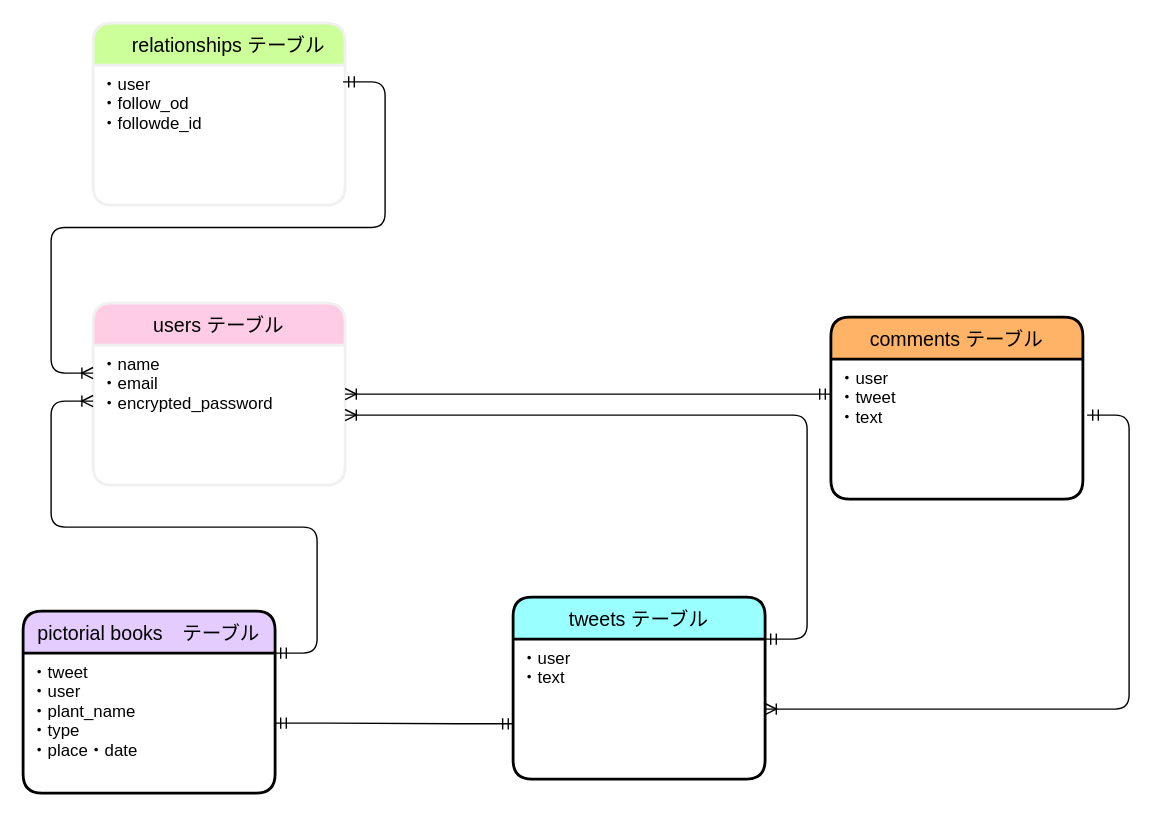
This is succulent_table.dio from riko38407/succulent_tweet, a draw.io file, before an edit. Source tidied: cells renumbered, new cells numbered last; positions are measured from the earlier drawing's top-left corner, leaving out a move shared by most shapes. Both pictures are drawn from the tidied source at 140%, with x=0, y=0 at pixel (22, 22).
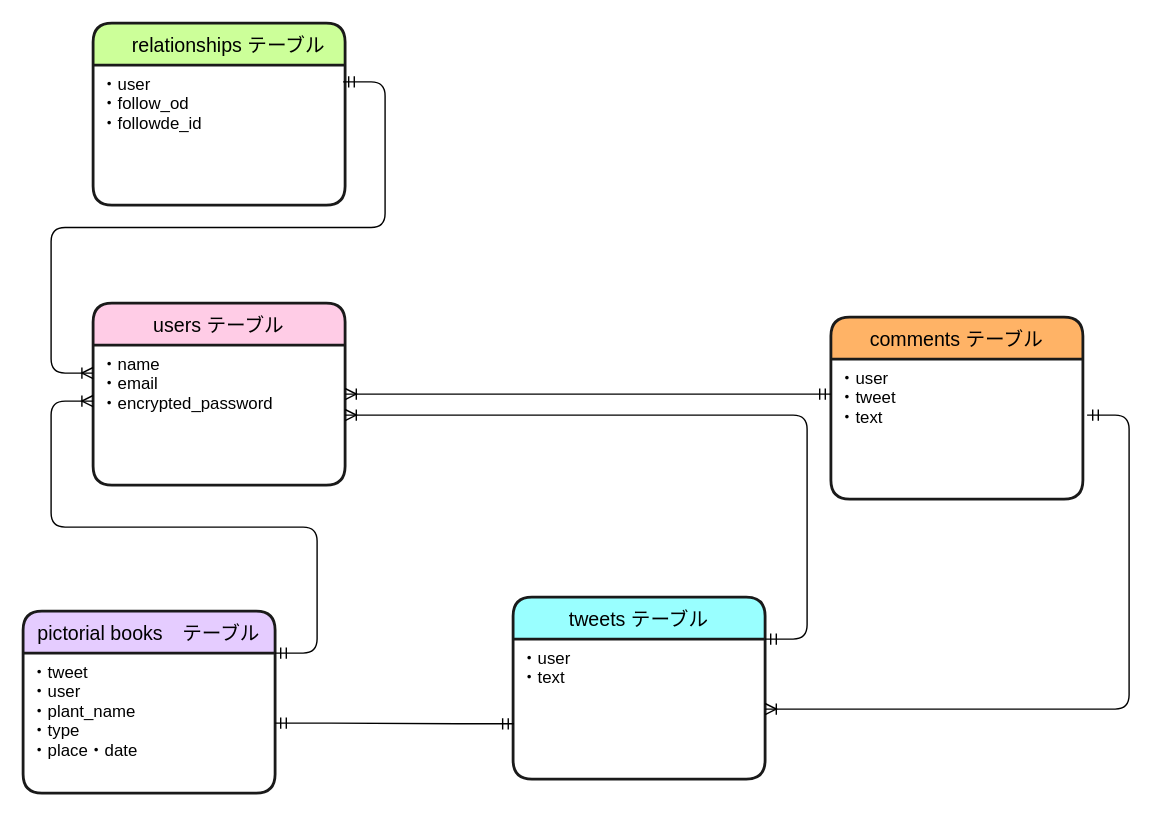
Above is the later version.

Diff of the diagram source:
```diff
@@
-    <mxCell id="2" value="users テーブル" style="swimlane;horizontal=1;startSize=30;rounded=1;fontSize=14;fontStyle=0;strokeWidth=2;shadow=0;dashed=0;align=center;strokeColor=#F0F0F0;fillColor=#FFCCE6;" parent="1" vertex="1">
+    <mxCell id="2" value="users テーブル" style="swimlane;horizontal=1;startSize=30;rounded=1;fontSize=14;fontStyle=0;strokeWidth=2;shadow=0;dashed=0;align=center;strokeColor=#1A1A1A;fillColor=#FFCCE6;" parent="1" vertex="1">
       <mxGeometry x="50" y="200" width="180" height="130" as="geometry" />
     </mxCell>
@@
-    <mxCell id="4" value="tweets テーブル" style="swimlane;horizontal=1;startSize=30;rounded=1;fontSize=14;fontStyle=0;strokeWidth=2;shadow=0;dashed=0;align=center;fillColor=#99FFFF;" parent="1" vertex="1">
+    <mxCell id="4" value="tweets テーブル" style="swimlane;horizontal=1;startSize=30;rounded=1;fontSize=14;fontStyle=0;strokeWidth=2;shadow=0;dashed=0;align=center;fillColor=#99FFFF;strokeColor=#1A1A1A;" parent="1" vertex="1">
       <mxGeometry x="350" y="410" width="180" height="130" as="geometry" />
     </mxCell>
@@
-    <mxCell id="6" value="comments テーブル" style="swimlane;horizontal=1;startSize=30;rounded=1;fontSize=14;fontStyle=0;strokeWidth=2;shadow=0;dashed=0;align=center;fillColor=#FFB366;" parent="1" vertex="1">
+    <mxCell id="6" value="comments テーブル" style="swimlane;horizontal=1;startSize=30;rounded=1;fontSize=14;fontStyle=0;strokeWidth=2;shadow=0;dashed=0;align=center;fillColor=#FFB366;strokeColor=#1A1A1A;" parent="1" vertex="1">
       <mxGeometry x="577" y="210" width="180" height="130" as="geometry" />
     </mxCell>
@@
-    <mxCell id="8" value="pictorial books　テーブル" style="swimlane;horizontal=1;startSize=30;rounded=1;fontSize=14;fontStyle=0;strokeWidth=2;shadow=0;dashed=0;align=center;fillColor=#E5CCFF;" parent="1" vertex="1">
+    <mxCell id="8" value="pictorial books　テーブル" style="swimlane;horizontal=1;startSize=30;rounded=1;fontSize=14;fontStyle=0;strokeWidth=2;shadow=0;dashed=0;align=center;fillColor=#E5CCFF;strokeColor=#1A1A1A;" parent="1" vertex="1">
       <mxGeometry y="420" width="180" height="130" as="geometry" />
     </mxCell>
@@
-    <mxCell id="15" value="　relationships テーブル" style="swimlane;horizontal=1;startSize=30;rounded=1;fontSize=14;fontStyle=0;strokeWidth=2;shadow=0;dashed=0;align=center;fillColor=#CCFF99;strokeColor=#F0F0F0;" parent="1" vertex="1">
+    <mxCell id="15" value="　relationships テーブル" style="swimlane;horizontal=1;startSize=30;rounded=1;fontSize=14;fontStyle=0;strokeWidth=2;shadow=0;dashed=0;align=center;fillColor=#CCFF99;strokeColor=#1A1A1A;" parent="1" vertex="1">
       <mxGeometry x="50" width="180" height="130" as="geometry" />
     </mxCell>
```
